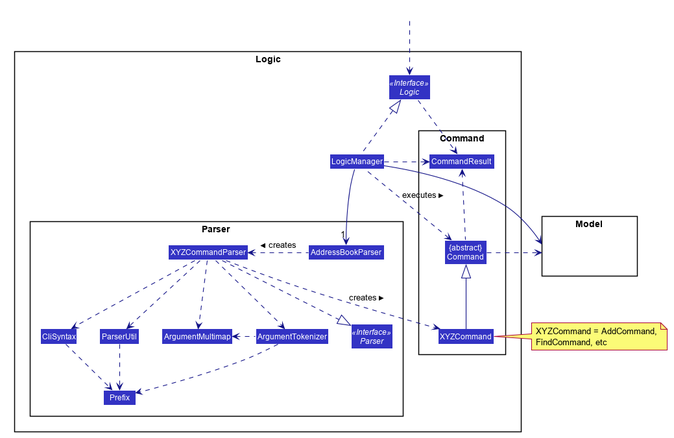
Above: images/LogicClassDiagram.png in AY1920S1-CS2103T-W12-1/main (PlantUML), before the change.
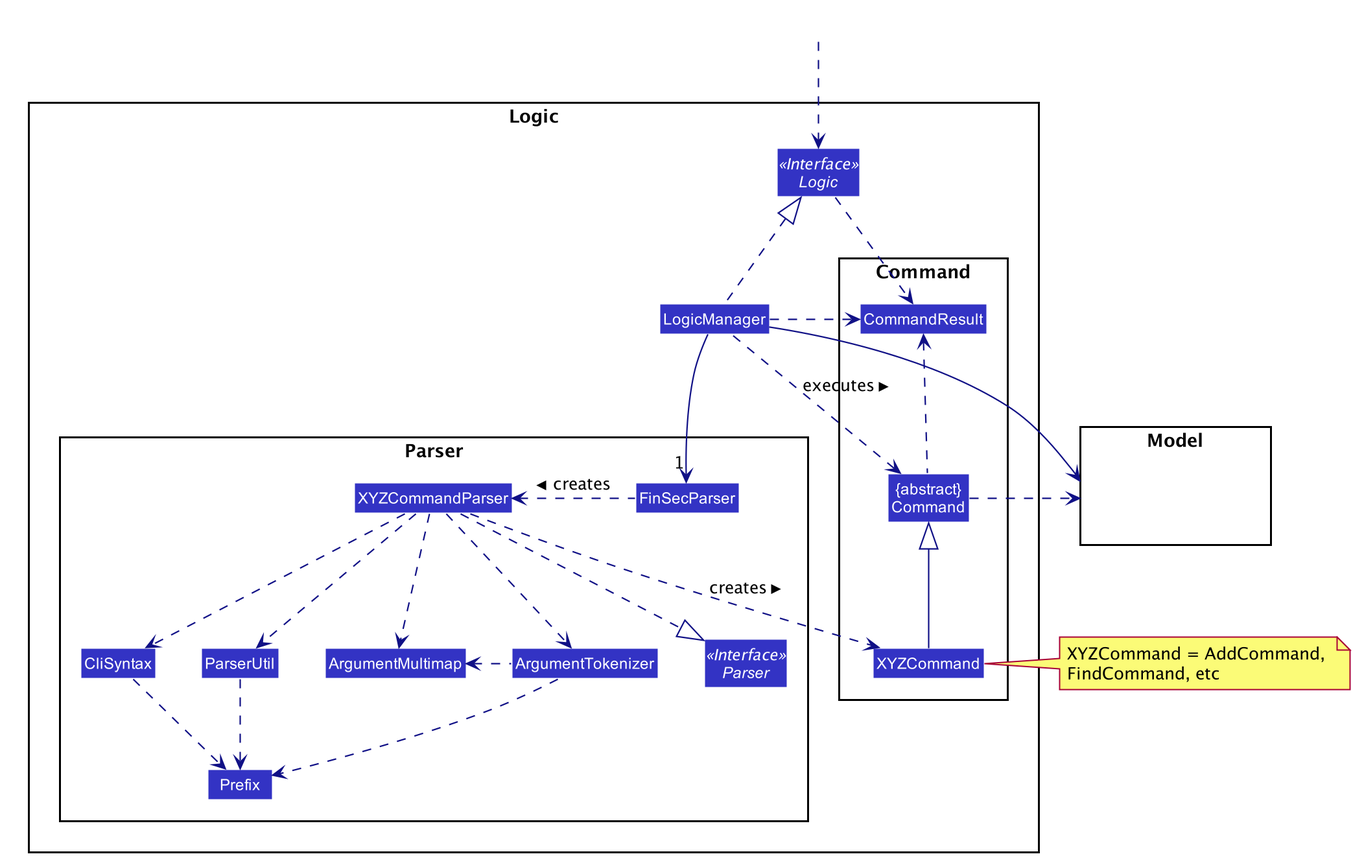
After the commit.

What changed in the source:
```diff
@@ -17,6 +17,7 @@
     BorderColor #FFFFFF
     StereotypeFontColor #FFFFFF
     FontName Arial
+    MemberColor #FFFFFF
 }
 
 skinparam Actor {
@@ -55,7 +56,7 @@
 
 package Parser {
 Interface Parser <<Interface>>
-Class AddressBookParser
+Class FinSecParser
 Class XYZCommandParser
 Class CliSyntax
 Class ParserUtil
@@ -82,8 +83,8 @@
 HiddenOutside ..> Logic
 
 LogicManager .up.|> Logic
-LogicManager -->"1" AddressBookParser
-AddressBookParser .left.> XYZCommandParser: creates >
+LogicManager -->"1" FinSecParser
+FinSecParser .left.> XYZCommandParser: creates >
 
 XYZCommandParser ..> XYZCommand : creates >
 XYZCommandParser ..|> Parser
```
